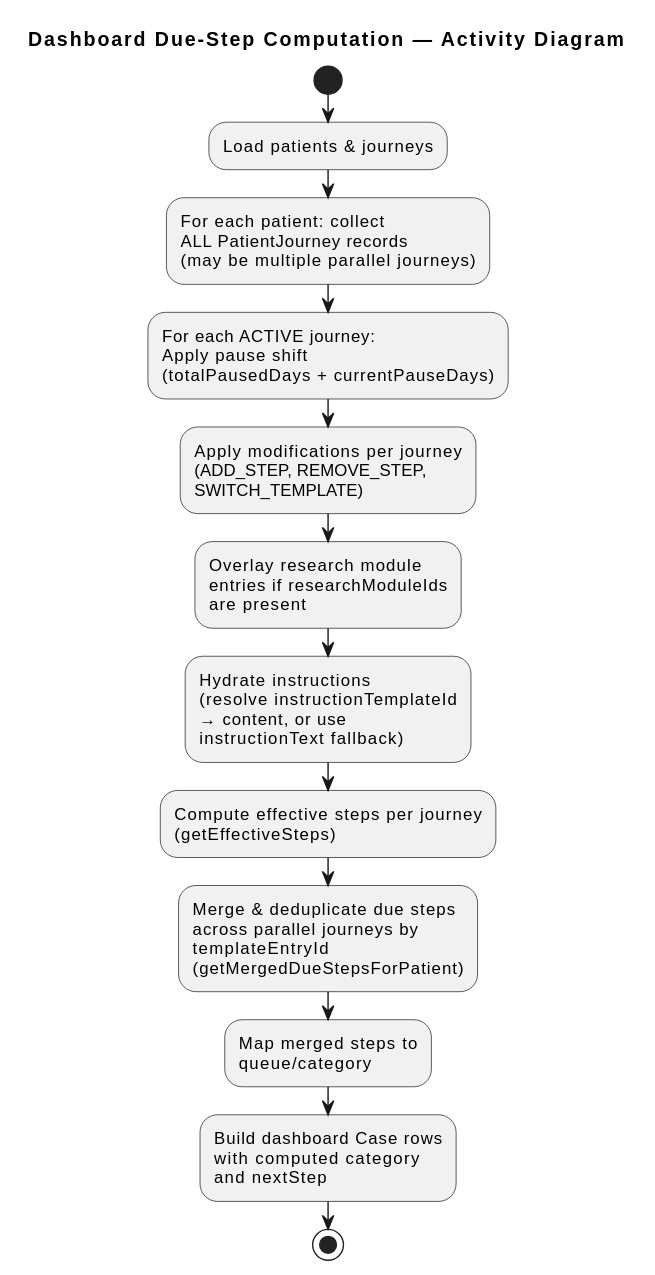
Above: docs/diagrams/dashboard-journey-computation.svg in gforge/DUK (PlantUML), before the change.
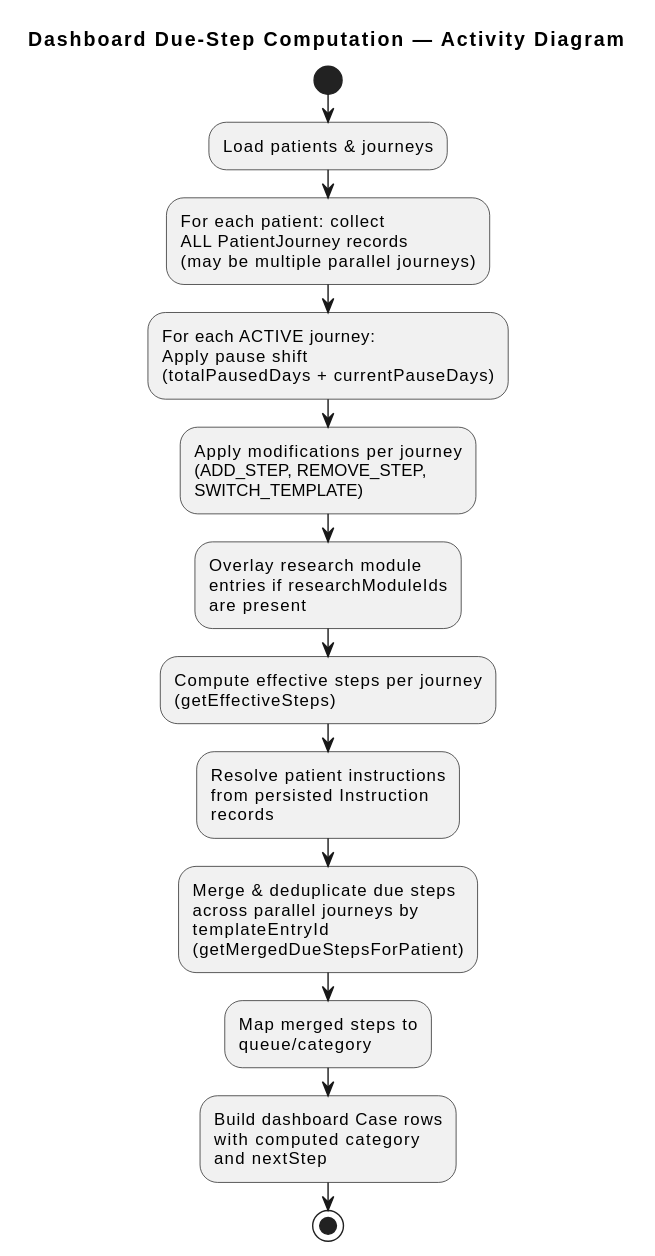
The same diagram one commit later.

What changed in the source:
```diff
@@ -15,12 +15,11 @@
 :Overlay research module
 entries if researchModuleIds
 are present;
-:Hydrate instructions
-(resolve instructionTemplateId
-→ content, or use
-instructionText fallback);
 :Compute effective steps per journey
 (getEffectiveSteps);
+:Resolve patient instructions
+from persisted Instruction
+records;
 :Merge & deduplicate due steps
 across parallel journeys by
 templateEntryId
```
